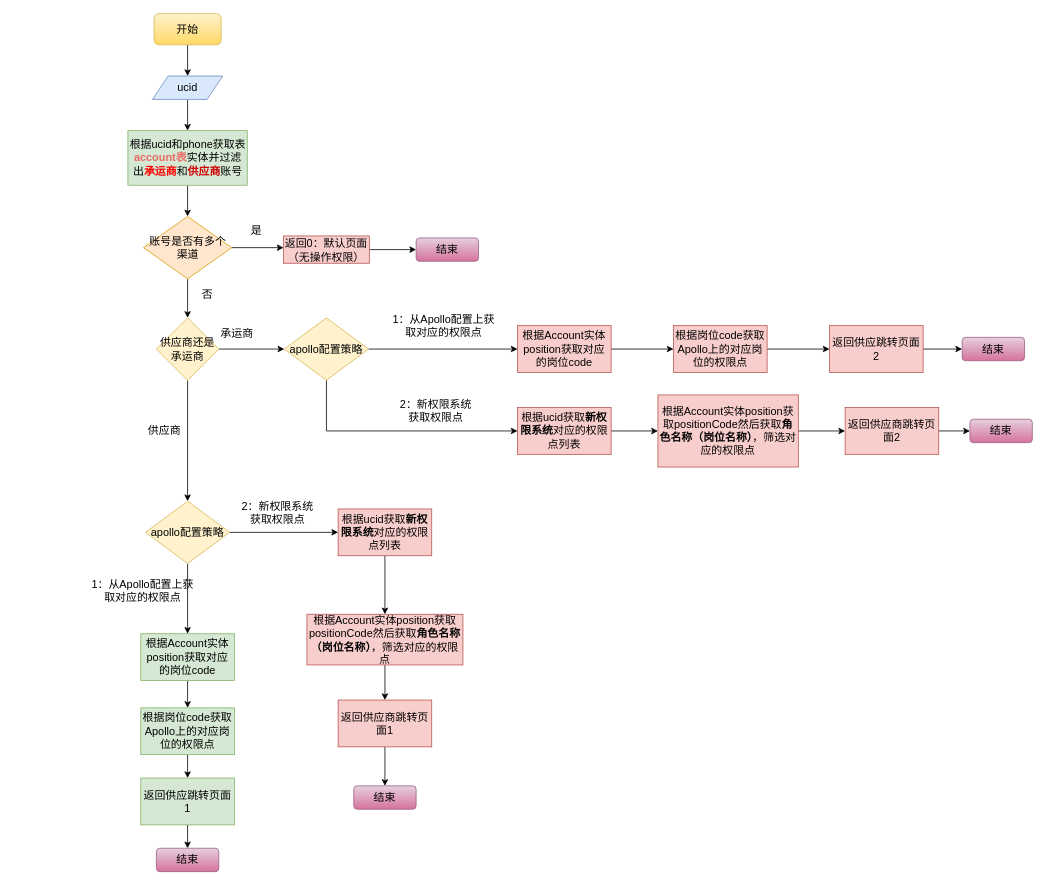
This is 供应链协同权限流程.drawio from jiangtao2048/diagrams, a draw.io file, before an edit. Source tidied: cells renumbered, new cells numbered last; positions are measured from the earlier drawing's top-left corner, leaving out a move shared by most shapes. Both pictures are drawn from the tidied source at 78%, with x=0, y=0 at pixel (83, 13).
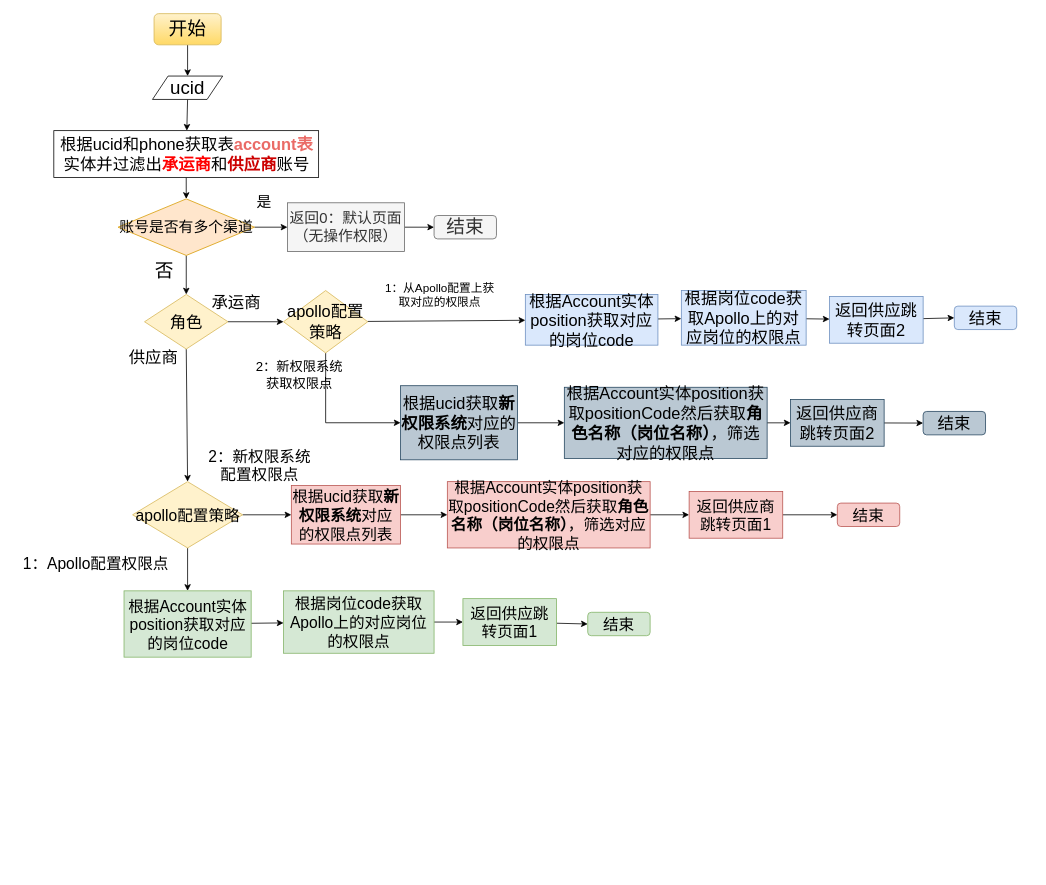
The same diagram, later.

Commit message:
更新供应链协同权限流程.drawio

What changed in the source:
```diff
@@
-    <mxCell id="2" style="edgeStyle=none;rounded=0;jettySize=auto;html=1;exitX=0.5;exitY=1;exitDx=0;exitDy=0;entryX=0.5;entryY=0;entryDx=0;entryDy=0;fontSize=14;fontColor=#000000;" parent="1" edge="1" source="3" target="5">
+    <mxCell id="2" style="edgeStyle=none;rounded=0;jettySize=auto;html=1;exitX=0.5;exitY=1;exitDx=0;exitDy=0;entryX=0.5;entryY=0;entryDx=0;entryDy=0;fontSize=24;fontColor=#000000;" parent="1" edge="1" source="3" target="5">
       <mxGeometry relative="1" as="geometry" />
     </mxCell>
-    <mxCell id="3" value="&lt;font style=&quot;font-size: 14px&quot;&gt;开始&lt;/font&gt;" style="rounded=1;whiteSpace=wrap;html=1;fillColor=#fff2cc;gradientColor=#ffd966;strokeColor=#d6b656;" parent="1" vertex="1">
+    <mxCell id="3" value="&lt;font style=&quot;font-size: 24px;&quot;&gt;开始&lt;/font&gt;" style="rounded=1;whiteSpace=wrap;html=1;fillColor=#fff2cc;gradientColor=#ffd966;strokeColor=#d6b656;" parent="1" vertex="1">
       <mxGeometry x="90" width="86" height="40" as="geometry" />
     </mxCell>
@@
-    <mxCell id="5" value="ucid" style="shape=parallelogram;perimeter=parallelogramPerimeter;whiteSpace=wrap;html=1;fixedSize=1;fontSize=14;fillColor=#dae8fc;strokeColor=#6c8ebf;" parent="1" vertex="1">
+    <mxCell id="5" value="ucid" style="shape=parallelogram;perimeter=parallelogramPerimeter;whiteSpace=wrap;html=1;fixedSize=1;fontSize=24;" parent="1" vertex="1">
       <mxGeometry x="88" y="80" width="90" height="30" as="geometry" />
     </mxCell>
@@
-    <mxCell id="7" value="根据ucid和phone获取表&lt;font color=&quot;#ea6b66&quot;&gt;&lt;b&gt;account表&lt;/b&gt;&lt;/font&gt;实体并过滤出&lt;font color=&quot;#ff0000&quot;&gt;&lt;b&gt;承运商&lt;/b&gt;&lt;/font&gt;和&lt;font color=&quot;#cc0000&quot;&gt;&lt;b&gt;供应商&lt;/b&gt;&lt;/font&gt;账号" style="rounded=0;whiteSpace=wrap;html=1;fontSize=14;fillColor=#d5e8d4;strokeColor=#82b366;" parent="1" vertex="1">
-      <mxGeometry x="56.5" y="150" width="153" height="70" as="geometry" />
+    <mxCell id="7" value="根据ucid和phone获取表&lt;font color=&quot;#ea6b66&quot; style=&quot;font-size: 21px;&quot;&gt;&lt;b style=&quot;font-size: 21px;&quot;&gt;account表&lt;/b&gt;&lt;/font&gt;实体并过滤出&lt;font color=&quot;#ff0000&quot; style=&quot;font-size: 21px;&quot;&gt;&lt;b style=&quot;font-size: 21px;&quot;&gt;承运商&lt;/b&gt;&lt;/font&gt;和&lt;font color=&quot;#cc0000&quot; style=&quot;font-size: 21px;&quot;&gt;&lt;b style=&quot;font-size: 21px;&quot;&gt;供应商&lt;/b&gt;&lt;/font&gt;账号" style="rounded=0;whiteSpace=wrap;html=1;fontSize=21;" parent="1" vertex="1">
+      <mxGeometry x="-38.5" y="150" width="339.5" height="60" as="geometry" />
     </mxCell>
-    <mxCell id="8" style="edgeStyle=none;rounded=0;jettySize=auto;html=1;exitX=1;exitY=0.5;exitDx=0;exitDy=0;fontSize=14;fontColor=#000000;" parent="1" edge="1" source="10">
-      <mxGeometry relative="1" as="geometry">
-        <mxPoint x="256" y="300" as="targetPoint" />
-      </mxGeometry>
+    <mxCell id="8" style="edgeStyle=none;rounded=0;jettySize=auto;html=1;exitX=1;exitY=0.5;exitDx=0;exitDy=0;fontSize=14;fontColor=#000000;entryX=0;entryY=0.5;entryDx=0;entryDy=0;" parent="1" edge="1" source="10" target="12">
+      <mxGeometry relative="1" as="geometry" />
     </mxCell>
@@
-    <mxCell id="10" value="&lt;font color=&quot;#000000&quot;&gt;账号是否有多个渠道&lt;/font&gt;" style="rhombus;whiteSpace=wrap;html=1;fontSize=14;fillColor=#ffe6cc;strokeColor=#d79b00;" parent="1" vertex="1">
-      <mxGeometry x="76.5" y="260" width="113" height="80" as="geometry" />
+    <mxCell id="10" value="&lt;font color=&quot;#000000&quot; style=&quot;font-size: 19px;&quot;&gt;账号是否有多个渠道&lt;/font&gt;" style="rhombus;whiteSpace=wrap;html=1;fontSize=19;fillColor=#ffe6cc;strokeColor=#d79b00;" parent="1" vertex="1">
+      <mxGeometry x="43.9" y="237.5" width="174.8" height="72.5" as="geometry" />
     </mxCell>
@@
-    <mxCell id="12" value="返回0：默认页面（无操作权限）" style="rounded=0;whiteSpace=wrap;html=1;fontSize=14;fillColor=#f8cecc;strokeColor=#b85450;" parent="1" vertex="1">
-      <mxGeometry x="256" y="285" width="110" height="35" as="geometry" />
+    <mxCell id="12" value="返回0：默认页面（无操作权限）" style="rounded=0;whiteSpace=wrap;html=1;fontSize=19;fillColor=#f5f5f5;strokeColor=#666666;fontColor=#333333;" parent="1" vertex="1">
+      <mxGeometry x="261" y="242.5" width="150" height="62.5" as="geometry" />
     </mxCell>
-    <mxCell id="13" value="结束" style="rounded=1;whiteSpace=wrap;html=1;fontSize=14;fillColor=#e6d0de;gradientColor=#d5739d;strokeColor=#996185;" parent="1" vertex="1">
-      <mxGeometry x="426" y="287.5" width="80" height="30" as="geometry" />
+    <mxCell id="13" value="结束" style="rounded=1;whiteSpace=wrap;html=1;fontSize=24;fillColor=#f5f5f5;strokeColor=#666666;fontColor=#333333;" parent="1" vertex="1">
+      <mxGeometry x="449" y="258.8" width="80" height="30" as="geometry" />
     </mxCell>
-    <mxCell id="14" value="是" style="text;html=1;align=center;verticalAlign=middle;strokeColor=none;fillColor=none;fontSize=14;fontColor=#000000;" parent="1" vertex="1">
-      <mxGeometry x="206" y="267.5" width="30" height="20" as="geometry" />
+    <mxCell id="14" value="是" style="text;html=1;align=center;verticalAlign=middle;strokeColor=none;fillColor=none;fontSize=19;fontColor=#000000;" parent="1" vertex="1">
+      <mxGeometry x="211" y="222.5" width="40" height="40" as="geometry" />
     </mxCell>
-    <mxCell id="15" value="否" style="text;html=1;align=center;verticalAlign=middle;strokeColor=none;fillColor=none;fontSize=14;fontColor=#000000;" parent="1" vertex="1">
-      <mxGeometry x="143" y="350" width="30" height="20" as="geometry" />
+    <mxCell id="15" value="否" style="text;html=1;align=center;verticalAlign=middle;strokeColor=none;fillColor=none;fontSize=24;fontColor=#000000;" parent="1" vertex="1">
+      <mxGeometry x="78" y="310" width="50" height="40" as="geometry" />
     </mxCell>
@@
-    <mxCell id="18" value="供应商还是承运商" style="rhombus;whiteSpace=wrap;html=1;fontSize=14;fillColor=#fff2cc;strokeColor=#d6b656;" parent="1" vertex="1">
-      <mxGeometry x="93" y="390" width="80" height="80" as="geometry" />
+    <mxCell id="18" value="角色" style="rhombus;whiteSpace=wrap;html=1;fontSize=21;fillColor=#fff2cc;strokeColor=#d6b656;" parent="1" vertex="1">
+      <mxGeometry x="77.8" y="360" width="107" height="70" as="geometry" />
     </mxCell>
-    <mxCell id="19" value="供应商" style="text;html=1;align=center;verticalAlign=middle;strokeColor=none;fillColor=none;fontSize=14;fontColor=#000000;" parent="1" vertex="1">
-      <mxGeometry x="73" y="525" width="60" height="20" as="geometry" />
+    <mxCell id="19" value="供应商" style="text;html=1;align=center;verticalAlign=middle;strokeColor=none;fillColor=none;fontSize=21;fontColor=#000000;" parent="1" vertex="1">
+      <mxGeometry x="43.9" y="420" width="90" height="40" as="geometry" />
     </mxCell>
@@
-    <mxCell id="22" value="&lt;span&gt;apollo配置策略&lt;/span&gt;" style="rhombus;whiteSpace=wrap;html=1;fontSize=14;fillColor=#fff2cc;strokeColor=#d6b656;" parent="1" vertex="1">
-      <mxGeometry x="79" y="625" width="108" height="80" as="geometry" />
+    <mxCell id="22" value="&lt;span style=&quot;font-size: 20px;&quot;&gt;apollo配置策略&lt;/span&gt;" style="rhombus;whiteSpace=wrap;html=1;fontSize=20;fillColor=#fff2cc;strokeColor=#d6b656;" parent="1" vertex="1">
+      <mxGeometry x="62.5" y="600" width="141" height="85" as="geometry" />
     </mxCell>
@@
-    <mxCell id="24" value="根据Account实体position获取对应的岗位code" style="whiteSpace=wrap;html=1;fontSize=14;fillColor=#d5e8d4;strokeColor=#82b366;" parent="1" vertex="1">
-      <mxGeometry x="73" y="795" width="120" height="60" as="geometry" />
+    <mxCell id="24" value="根据Account实体position获取对应的岗位code" style="whiteSpace=wrap;html=1;fontSize=20;fillColor=#d5e8d4;strokeColor=#82b366;" parent="1" vertex="1">
+      <mxGeometry x="51.5" y="740" width="163" height="85" as="geometry" />
     </mxCell>
-    <mxCell id="25" value="1：从Apollo配置上获&lt;br&gt;取对应的权限点" style="text;html=1;align=center;verticalAlign=middle;strokeColor=none;fillColor=none;fontSize=14;fontColor=#000000;" parent="1" vertex="1">
-      <mxGeometry y="720" width="150" height="40" as="geometry" />
+    <mxCell id="25" value="1：Apollo配置权限点" style="text;html=1;align=center;verticalAlign=middle;strokeColor=none;fillColor=none;fontSize=20;fontColor=#000000;" parent="1" vertex="1">
+      <mxGeometry x="-90" y="685" width="210" height="40" as="geometry" />
     </mxCell>
@@
-    <mxCell id="27" value="根据ucid获取&lt;b&gt;新权限系统&lt;/b&gt;对应的权限点列表" style="whiteSpace=wrap;html=1;fontSize=14;fillColor=#f8cecc;strokeColor=#b85450;" parent="1" vertex="1">
-      <mxGeometry x="326" y="635" width="120" height="60" as="geometry" />
+    <mxCell id="27" value="根据ucid获取&lt;b style=&quot;font-size: 20px;&quot;&gt;新权限系统&lt;/b&gt;对应的权限点列表" style="whiteSpace=wrap;html=1;fontSize=20;fillColor=#f8cecc;strokeColor=#b85450;" parent="1" vertex="1">
+      <mxGeometry x="266" y="605" width="140" height="75" as="geometry" />
     </mxCell>
-    <mxCell id="28" value="2：新权限系统&lt;br&gt;获取权限点" style="text;html=1;align=center;verticalAlign=middle;strokeColor=none;fillColor=none;fontSize=14;fontColor=#000000;" parent="1" vertex="1">
-      <mxGeometry x="193" y="620" width="110" height="40" as="geometry" />
-    </mxCell>
@@
-    <mxCell id="30" value="根据岗位code获取Apollo上的对应岗位的权限点" style="whiteSpace=wrap;html=1;fontSize=14;fillColor=#d5e8d4;strokeColor=#82b366;" parent="1" vertex="1">
-      <mxGeometry x="73" y="890" width="120" height="60" as="geometry" />
+    <mxCell id="30" value="根据岗位code获取Apollo上的对应岗位的权限点" style="whiteSpace=wrap;html=1;fontSize=20;fillColor=#d5e8d4;strokeColor=#82b366;" parent="1" vertex="1">
+      <mxGeometry x="256" y="740" width="193" height="80" as="geometry" />
     </mxCell>
-    <mxCell id="31" value="承运商" style="text;html=1;align=center;verticalAlign=middle;strokeColor=none;fillColor=none;fontSize=14;fontColor=#000000;" parent="1" vertex="1">
-      <mxGeometry x="166" y="400" width="60" height="20" as="geometry" />
+    <mxCell id="31" value="承运商" style="text;html=1;align=center;verticalAlign=middle;strokeColor=none;fillColor=none;fontSize=21;fontColor=#000000;" parent="1" vertex="1">
+      <mxGeometry x="150" y="350" width="90" height="40" as="geometry" />
     </mxCell>
@@
-    <mxCell id="33" value="根据Account实体position获取positionCode然后获取&lt;b&gt;角色名称（岗位名称）&lt;/b&gt;，筛选对应的权限点" style="whiteSpace=wrap;html=1;fontSize=14;fillColor=#f8cecc;strokeColor=#b85450;" parent="1" vertex="1">
-      <mxGeometry x="286" y="770" width="200" height="65" as="geometry" />
+    <mxCell id="33" value="根据Account实体position获取positionCode然后获取&lt;b style=&quot;font-size: 20px;&quot;&gt;角色名称（岗位名称）&lt;/b&gt;，筛选对应的权限点" style="whiteSpace=wrap;html=1;fontSize=20;fillColor=#f8cecc;strokeColor=#b85450;" parent="1" vertex="1">
+      <mxGeometry x="466" y="600" width="260" height="85" as="geometry" />
     </mxCell>
-    <mxCell id="34" style="edgeStyle=none;rounded=0;jettySize=auto;html=1;entryX=0.5;entryY=0;entryDx=0;entryDy=0;fontSize=14;fontColor=#000000;" parent="1" edge="1" source="35" target="38">
+    <mxCell id="34" style="edgeStyle=none;rounded=0;jettySize=auto;html=1;fontSize=14;fontColor=#000000;entryX=0;entryY=0.5;entryDx=0;entryDy=0;" parent="1" edge="1" source="35" target="38">
       <mxGeometry relative="1" as="geometry" />
     </mxCell>
-    <mxCell id="35" value="返回供应跳转页面1" style="whiteSpace=wrap;html=1;fontSize=14;fillColor=#d5e8d4;strokeColor=#82b366;" parent="1" vertex="1">
-      <mxGeometry x="73" y="980" width="120" height="60" as="geometry" />
+    <mxCell id="35" value="返回供应跳转页面1" style="whiteSpace=wrap;html=1;fontSize=20;fillColor=#d5e8d4;strokeColor=#82b366;" parent="1" vertex="1">
+      <mxGeometry x="486" y="750" width="120" height="60" as="geometry" />
     </mxCell>
@@
-    <mxCell id="37" value="返回供应商跳转页面1" style="whiteSpace=wrap;html=1;fontSize=14;fillColor=#f8cecc;strokeColor=#b85450;" parent="1" vertex="1">
-      <mxGeometry x="326" y="880" width="120" height="60" as="geometry" />
+    <mxCell id="37" value="返回供应商跳转页面1" style="whiteSpace=wrap;html=1;fontSize=20;fillColor=#f8cecc;strokeColor=#b85450;" parent="1" vertex="1">
+      <mxGeometry x="776" y="612.5" width="120" height="60" as="geometry" />
     </mxCell>
-    <mxCell id="38" value="结束" style="rounded=1;whiteSpace=wrap;html=1;fontSize=14;fillColor=#e6d0de;gradientColor=#d5739d;strokeColor=#996185;" parent="1" vertex="1">
-      <mxGeometry x="93" y="1070" width="80" height="30" as="geometry" />
+    <mxCell id="38" value="结束" style="rounded=1;whiteSpace=wrap;html=1;fontSize=20;fillColor=#d5e8d4;strokeColor=#82b366;" parent="1" vertex="1">
+      <mxGeometry x="646" y="767.5" width="80" height="30" as="geometry" />
     </mxCell>
-    <mxCell id="39" value="结束" style="rounded=1;whiteSpace=wrap;html=1;fontSize=14;fillColor=#e6d0de;gradientColor=#d5739d;strokeColor=#996185;" parent="1" vertex="1">
-      <mxGeometry x="346" y="990" width="80" height="30" as="geometry" />
+    <mxCell id="39" value="结束" style="rounded=1;whiteSpace=wrap;html=1;fontSize=20;fillColor=#f8cecc;strokeColor=#b85450;" parent="1" vertex="1">
+      <mxGeometry x="966" y="627.5" width="80" height="30" as="geometry" />
     </mxCell>
@@
-    <mxCell id="41" style="edgeStyle=none;rounded=0;jettySize=auto;html=1;entryX=0;entryY=0.5;entryDx=0;entryDy=0;fontSize=14;fontColor=#000000;" parent="1" edge="1" source="42" target="52">
-      <mxGeometry relative="1" as="geometry">
-        <Array as="points">
-          <mxPoint x="311" y="535" />
-        </Array>
-      </mxGeometry>
+    <mxCell id="41" style="edgeStyle=orthogonalEdgeStyle;rounded=0;jettySize=auto;html=1;exitX=0.5;exitY=1;exitDx=0;exitDy=0;entryX=0;entryY=0.5;entryDx=0;entryDy=0;fontSize=19;" parent="1" edge="1" source="42" target="52">
+      <mxGeometry relative="1" as="geometry" />
     </mxCell>
-    <mxCell id="42" value="apollo配置策略" style="rhombus;whiteSpace=wrap;html=1;fontSize=14;fillColor=#fff2cc;strokeColor=#d6b656;" parent="1" vertex="1">
-      <mxGeometry x="257" y="390" width="108" height="80" as="geometry" />
+    <mxCell id="42" value="apollo配置策略" style="rhombus;whiteSpace=wrap;html=1;fontSize=21;fillColor=#fff2cc;strokeColor=#d6b656;" parent="1" vertex="1">
+      <mxGeometry x="256" y="355" width="108" height="80" as="geometry" />
     </mxCell>
@@
-    <mxCell id="44" value="&lt;span&gt;根据Account实体position获取对应的岗位code&lt;/span&gt;" style="whiteSpace=wrap;html=1;fontSize=14;fillColor=#f8cecc;strokeColor=#b85450;" parent="1" vertex="1">
-      <mxGeometry x="556" y="400" width="120" height="60" as="geometry" />
+    <mxCell id="44" value="&lt;span style=&quot;font-size: 21px;&quot;&gt;根据Account实体position获取对应的岗位code&lt;/span&gt;" style="whiteSpace=wrap;html=1;fontSize=21;fillColor=#dae8fc;strokeColor=#6c8ebf;" parent="1" vertex="1">
+      <mxGeometry x="566" y="360" width="170" height="65" as="geometry" />
     </mxCell>
-    <mxCell id="45" value="1：从Apollo配置上获&lt;br&gt;取对应的权限点" style="text;html=1;align=center;verticalAlign=middle;strokeColor=none;fillColor=none;fontSize=14;fontColor=#000000;" parent="1" vertex="1">
-      <mxGeometry x="386" y="380" width="150" height="40" as="geometry" />
+    <mxCell id="45" value="1：从Apollo配置上获&lt;br style=&quot;font-size: 15px;&quot;&gt;取对应的权限点" style="text;html=1;align=center;verticalAlign=middle;strokeColor=none;fillColor=none;fontSize=15;fontColor=#000000;" parent="1" vertex="1">
+      <mxGeometry x="376" y="335" width="160" height="50" as="geometry" />
     </mxCell>
@@
-    <mxCell id="47" value="&lt;span&gt;根据岗位code获取Apollo上的对应岗位的权限点&lt;/span&gt;" style="whiteSpace=wrap;html=1;fontSize=14;fillColor=#f8cecc;strokeColor=#b85450;" parent="1" vertex="1">
-      <mxGeometry x="756" y="400" width="120" height="60" as="geometry" />
+    <mxCell id="47" value="&lt;span style=&quot;font-size: 21px;&quot;&gt;根据岗位code获取Apollo上的对应岗位的权限点&lt;/span&gt;" style="whiteSpace=wrap;html=1;fontSize=21;fillColor=#dae8fc;strokeColor=#6c8ebf;" parent="1" vertex="1">
+      <mxGeometry x="766" y="355" width="160" height="70" as="geometry" />
     </mxCell>
@@
-    <mxCell id="49" value="&lt;span&gt;返回供应跳转页面2&lt;/span&gt;" style="whiteSpace=wrap;html=1;fontSize=14;fillColor=#f8cecc;strokeColor=#b85450;" parent="1" vertex="1">
-      <mxGeometry x="956" y="400" width="120" height="60" as="geometry" />
+    <mxCell id="49" value="&lt;span style=&quot;font-size: 21px;&quot;&gt;返回供应跳转页面2&lt;/span&gt;" style="whiteSpace=wrap;html=1;fontSize=21;fillColor=#dae8fc;strokeColor=#6c8ebf;" parent="1" vertex="1">
+      <mxGeometry x="956" y="362.5" width="120" height="60" as="geometry" />
     </mxCell>
-    <mxCell id="50" value="结束" style="rounded=1;whiteSpace=wrap;html=1;fontSize=14;fillColor=#e6d0de;gradientColor=#d5739d;strokeColor=#996185;" parent="1" vertex="1">
-      <mxGeometry x="1126" y="415" width="80" height="30" as="geometry" />
+    <mxCell id="50" value="结束" style="rounded=1;whiteSpace=wrap;html=1;fontSize=21;fillColor=#dae8fc;strokeColor=#6c8ebf;" parent="1" vertex="1">
+      <mxGeometry x="1116" y="375" width="80" height="30" as="geometry" />
     </mxCell>
@@
-    <mxCell id="52" value="&lt;span&gt;根据ucid获取&lt;/span&gt;&lt;b&gt;新权限系统&lt;/b&gt;&lt;span&gt;对应的权限点列表&lt;/span&gt;" style="whiteSpace=wrap;html=1;fontSize=14;fillColor=#f8cecc;strokeColor=#b85450;" parent="1" vertex="1">
-      <mxGeometry x="556" y="505" width="120" height="60" as="geometry" />
+    <mxCell id="52" value="&lt;span style=&quot;font-size: 21px;&quot;&gt;根据ucid获取&lt;/span&gt;&lt;b style=&quot;font-size: 21px;&quot;&gt;新权限系统&lt;/b&gt;&lt;span style=&quot;font-size: 21px;&quot;&gt;对应的权限点列表&lt;/span&gt;" style="whiteSpace=wrap;html=1;fontSize=21;fillColor=#bac8d3;strokeColor=#23445d;" parent="1" vertex="1">
+      <mxGeometry x="406" y="477" width="150" height="95" as="geometry" />
     </mxCell>
@@
-    <mxCell id="54" value="&lt;span&gt;根据Account实体position获取positionCode然后获取&lt;/span&gt;&lt;b&gt;角色名称（岗位名称）&lt;/b&gt;&lt;span&gt;，筛选对应的权限点&lt;/span&gt;" style="whiteSpace=wrap;html=1;fontSize=14;fillColor=#f8cecc;strokeColor=#b85450;" parent="1" vertex="1">
-      <mxGeometry x="736" y="488.8" width="180" height="92.5" as="geometry" />
+    <mxCell id="54" value="&lt;span style=&quot;font-size: 21px;&quot;&gt;根据Account实体position获取positionCode然后获取&lt;/span&gt;&lt;b style=&quot;font-size: 21px;&quot;&gt;角色名称（岗位名称）&lt;/b&gt;&lt;span style=&quot;font-size: 21px;&quot;&gt;，筛选对应的权限点&lt;/span&gt;" style="whiteSpace=wrap;html=1;fontSize=21;fillColor=#bac8d3;strokeColor=#23445d;" parent="1" vertex="1">
+      <mxGeometry x="616" y="479" width="260" height="91.2" as="geometry" />
     </mxCell>
@@
-    <mxCell id="56" value="&lt;span&gt;返回供应商跳转页面2&lt;/span&gt;" style="whiteSpace=wrap;html=1;fontSize=14;fillColor=#f8cecc;strokeColor=#b85450;" parent="1" vertex="1">
-      <mxGeometry x="976" y="505" width="120" height="60" as="geometry" />
+    <mxCell id="56" value="&lt;span style=&quot;font-size: 21px;&quot;&gt;返回供应商跳转页面2&lt;/span&gt;" style="whiteSpace=wrap;html=1;fontSize=21;fillColor=#bac8d3;strokeColor=#23445d;" parent="1" vertex="1">
+      <mxGeometry x="906" y="494.6" width="120" height="60" as="geometry" />
     </mxCell>
-    <mxCell id="57" value="结束" style="rounded=1;whiteSpace=wrap;html=1;fontSize=14;fillColor=#e6d0de;gradientColor=#d5739d;strokeColor=#996185;" parent="1" vertex="1">
-      <mxGeometry x="1136" y="520" width="80" height="30" as="geometry" />
+    <mxCell id="57" value="结束" style="rounded=1;whiteSpace=wrap;html=1;fontSize=21;fillColor=#bac8d3;strokeColor=#23445d;" parent="1" vertex="1">
+      <mxGeometry x="1076" y="510" width="80" height="30" as="geometry" />
     </mxCell>
+    <mxCell id="59" value="2：新权限系统&lt;br&gt;配置权限点" style="text;html=1;align=center;verticalAlign=middle;strokeColor=none;fillColor=none;fontSize=20;fontColor=#000000;" parent="1" vertex="1">
+      <mxGeometry x="150" y="549.4" width="150" height="60" as="geometry" />
+    </mxCell>
-    <mxCell id="58" value="2：新权限系统&lt;br&gt;获取权限点" style="text;html=1;align=center;verticalAlign=middle;strokeColor=none;fillColor=none;fontSize=14;fontColor=#000000;" parent="1" vertex="1">
-      <mxGeometry x="396" y="488.8" width="110" height="40" as="geometry" />
+    <mxCell id="58" value="2：新权限系统&lt;br style=&quot;font-size: 17px;&quot;&gt;获取权限点" style="text;html=1;align=center;verticalAlign=middle;strokeColor=none;fillColor=none;fontSize=17;fontColor=#000000;" parent="1" vertex="1">
+      <mxGeometry x="211" y="438.8" width="130" height="50" as="geometry" />
     </mxCell>
```
